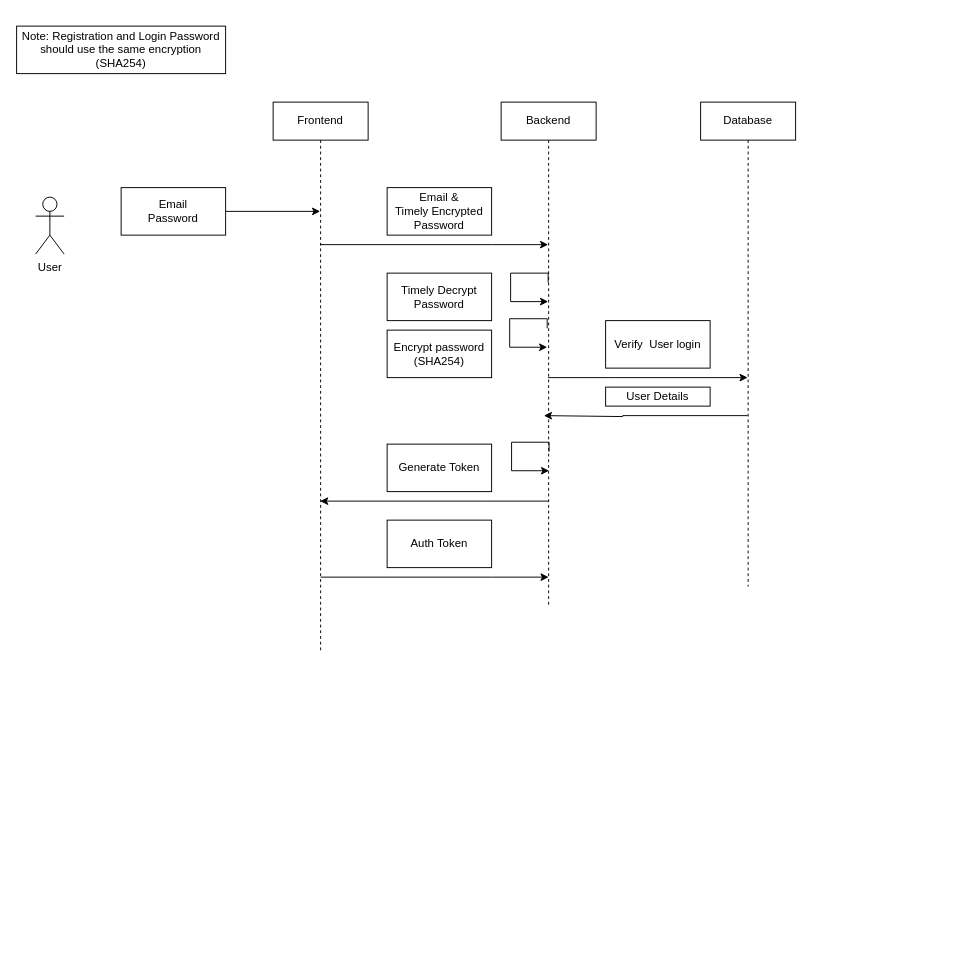
Elzian-Agro/Monitoring-System keeps this draw.io diagram as diagrams/login.drawio. Above is the earlier version. Source tidied: cells renumbered, new cells numbered last; positions are measured from the earlier drawing's top-left corner, leaving out a move shared by most shapes. Both pictures are drawn from the tidied source at 95%, with x=0, y=0 at pixel (16, 26).
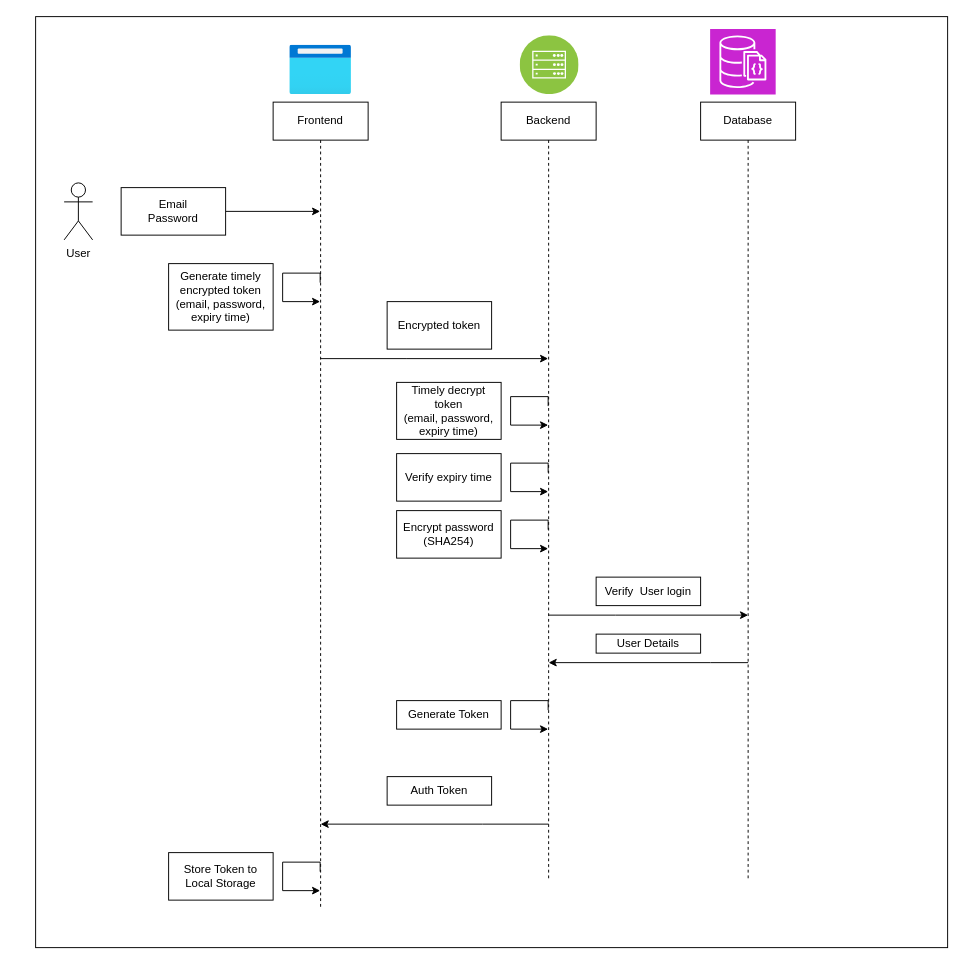
After the change.

Change to the diagram source:
```diff
@@
+    <mxCell id="24" style="rounded=0;whiteSpace=wrap;html=1;" parent="1" vertex="1">
+      <mxGeometry x="20" y="-10" width="960" height="980" as="geometry" />
+    </mxCell>
-    <mxCell id="2" style="edgeStyle=orthogonalEdgeStyle;rounded=0;jettySize=auto;html=1;curved=0;" parent="1" edge="1" source="3" target="5">
+    <mxCell id="2" style="edgeStyle=orthogonalEdgeStyle;rounded=0;orthogonalLoop=1;jettySize=auto;html=1;curved=0;" parent="1" edge="1">
       <mxGeometry relative="1" as="geometry">
+        <mxPoint x="319.5" y="350" as="sourcePoint" />
+        <mxPoint x="559.5" y="350" as="targetPoint" />
         <Array as="points">
-          <mxPoint x="500" y="230" />
-          <mxPoint x="500" y="230" />
+          <mxPoint x="410" y="350" />
+          <mxPoint x="410" y="350" />
         </Array>
       </mxGeometry>
     </mxCell>
     <mxCell id="3" value="Frontend" style="shape=umlLifeline;perimeter=lifelinePerimeter;whiteSpace=wrap;html=1;outlineConnect=0;portConstraint=eastwest;newEdgeStyle={&quot;curved&quot;:0,&quot;rounded&quot;:0};" parent="1" vertex="1">
-      <mxGeometry x="270" y="80" width="100" height="580" as="geometry" />
+      <mxGeometry x="270" y="80" width="100" height="850" as="geometry" />
     </mxCell>
-    <mxCell id="4" style="edgeStyle=orthogonalEdgeStyle;rounded=0;jettySize=auto;html=1;curved=0;" parent="1" edge="1" source="5" target="6">
+    <mxCell id="4" style="edgeStyle=orthogonalEdgeStyle;rounded=0;orthogonalLoop=1;jettySize=auto;html=1;curved=0;" parent="1" edge="1">
       <mxGeometry relative="1" as="geometry">
+        <mxPoint x="560" y="620" as="sourcePoint" />
+        <mxPoint x="770" y="620" as="targetPoint" />
         <Array as="points">
-          <mxPoint x="630" y="370" />
-          <mxPoint x="630" y="370" />
+          <mxPoint x="630.5" y="620" />
+          <mxPoint x="630.5" y="620" />
         </Array>
       </mxGeometry>
     </mxCell>
     <mxCell id="5" value="Backend" style="shape=umlLifeline;perimeter=lifelinePerimeter;whiteSpace=wrap;html=1;outlineConnect=0;portConstraint=eastwest;newEdgeStyle={&quot;curved&quot;:0,&quot;rounded&quot;:0};" parent="1" vertex="1">
-      <mxGeometry x="510" y="80" width="100" height="530" as="geometry" />
+      <mxGeometry x="510" y="80" width="100" height="820" as="geometry" />
     </mxCell>
     <mxCell id="6" value="Database" style="shape=umlLifeline;perimeter=lifelinePerimeter;whiteSpace=wrap;html=1;outlineConnect=0;portConstraint=eastwest;newEdgeStyle={&quot;curved&quot;:0,&quot;rounded&quot;:0};" parent="1" vertex="1">
-      <mxGeometry x="720" y="80" width="100" height="510" as="geometry" />
+      <mxGeometry x="720" y="80" width="100" height="820" as="geometry" />
     </mxCell>
     <mxCell id="7" value="User" style="shape=umlActor;verticalLabelPosition=bottom;verticalAlign=top;html=1;" parent="1" vertex="1">
-      <mxGeometry x="20" y="180" width="30" height="60" as="geometry" />
+      <mxGeometry x="50" y="165" width="30" height="60" as="geometry" />
     </mxCell>
@@
-    <mxCell id="10" value="Email &amp;amp;&lt;br&gt;Timely Encrypted&lt;br&gt;Password" style="html=1;whiteSpace=wrap;" parent="1" vertex="1">
-      <mxGeometry x="390" y="170" width="110" height="50" as="geometry" />
+    <mxCell id="10" value="Encrypted token" style="html=1;whiteSpace=wrap;" parent="1" vertex="1">
+      <mxGeometry x="390" y="290" width="110" height="50" as="geometry" />
     </mxCell>
     <mxCell id="11" style="edgeStyle=orthogonalEdgeStyle;rounded=0;orthogonalLoop=1;jettySize=auto;html=1;curved=0;" parent="1" edge="1">
       <mxGeometry relative="1" as="geometry">
-        <mxPoint x="559.5" y="270" as="sourcePoint" />
-        <mxPoint x="559.5" y="290" as="targetPoint" />
+        <mxPoint x="559.5" y="400" as="sourcePoint" />
+        <mxPoint x="559.5" y="420" as="targetPoint" />
         <Array as="points">
-          <mxPoint x="520" y="260" />
+          <mxPoint x="520" y="390" />
         </Array>
       </mxGeometry>
     </mxCell>
-    <mxCell id="12" value="Timely Decrypt Password" style="html=1;whiteSpace=wrap;" parent="1" vertex="1">
-      <mxGeometry x="390" y="260" width="110" height="50" as="geometry" />
+    <mxCell id="12" value="Timely decrypt token&lt;div&gt;(email, password, expiry time)&lt;/div&gt;" style="html=1;whiteSpace=wrap;" parent="1" vertex="1">
+      <mxGeometry x="400" y="375" width="110" height="60" as="geometry" />
     </mxCell>
     <mxCell id="13" style="edgeStyle=orthogonalEdgeStyle;rounded=0;orthogonalLoop=1;jettySize=auto;html=1;curved=0;" parent="1" edge="1">
       <mxGeometry relative="1" as="geometry">
-        <mxPoint x="558.5" y="318" as="sourcePoint" />
-        <mxPoint x="558.5" y="338" as="targetPoint" />
+        <mxPoint x="559.5" y="530" as="sourcePoint" />
+        <mxPoint x="559.5" y="550" as="targetPoint" />
         <Array as="points">
-          <mxPoint x="519" y="308" />
+          <mxPoint x="520" y="520" />
         </Array>
       </mxGeometry>
     </mxCell>
     <mxCell id="14" value="Encrypt password&lt;br&gt;(SHA254)" style="html=1;whiteSpace=wrap;" parent="1" vertex="1">
-      <mxGeometry x="390" y="320" width="110" height="50" as="geometry" />
+      <mxGeometry x="400" y="510" width="110" height="50" as="geometry" />
     </mxCell>
     <mxCell id="15" value="Verify&amp;nbsp; User login" style="html=1;whiteSpace=wrap;" parent="1" vertex="1">
-      <mxGeometry x="620" y="310" width="110" height="50" as="geometry" />
+      <mxGeometry x="610" y="580" width="110" height="30" as="geometry" />
     </mxCell>
     <mxCell id="16" style="edgeStyle=orthogonalEdgeStyle;rounded=0;orthogonalLoop=1;jettySize=auto;html=1;curved=0;" parent="1" edge="1">
       <mxGeometry relative="1" as="geometry">
-        <mxPoint x="559.5" y="500" as="sourcePoint" />
-        <mxPoint x="319.5" y="500" as="targetPoint" />
+        <mxPoint x="560" y="840" as="sourcePoint" />
+        <mxPoint x="320" y="840" as="targetPoint" />
         <Array as="points">
-          <mxPoint x="490" y="500" />
-          <mxPoint x="490" y="500" />
+          <mxPoint x="490.5" y="840" />
+          <mxPoint x="490.5" y="840" />
         </Array>
       </mxGeometry>
     </mxCell>
-    <mxCell id="17" style="edgeStyle=orthogonalEdgeStyle;rounded=0;jettySize=auto;html=1;curved=0;" parent="1" edge="1" source="6">
-      <mxGeometry relative="1" as="geometry">
-        <mxPoint x="555" y="410" as="targetPoint" />
-        <Array as="points">
-          <mxPoint x="638" y="410" />
-          <mxPoint x="638" y="411" />
-        </Array>
-      </mxGeometry>
-    </mxCell>
     <mxCell id="18" value="User Details" style="html=1;whiteSpace=wrap;" parent="1" vertex="1">
-      <mxGeometry x="620" y="380" width="110" height="20" as="geometry" />
+      <mxGeometry x="610" y="640" width="110" height="20" as="geometry" />
     </mxCell>
     <mxCell id="19" style="edgeStyle=orthogonalEdgeStyle;rounded=0;orthogonalLoop=1;jettySize=auto;html=1;curved=0;" parent="1" edge="1">
       <mxGeometry relative="1" as="geometry">
-        <mxPoint x="560.5" y="448" as="sourcePoint" />
-        <mxPoint x="560.5" y="468" as="targetPoint" />
+        <mxPoint x="559.5" y="720" as="sourcePoint" />
+        <mxPoint x="559.5" y="740" as="targetPoint" />
         <Array as="points">
-          <mxPoint x="521" y="438" />
+          <mxPoint x="520" y="710" />
         </Array>
       </mxGeometry>
     </mxCell>
     <mxCell id="20" value="Generate Token" style="html=1;whiteSpace=wrap;" parent="1" vertex="1">
-      <mxGeometry x="390" y="440" width="110" height="50" as="geometry" />
+      <mxGeometry x="400" y="710" width="110" height="30" as="geometry" />
     </mxCell>
-    <mxCell id="21" value="Note: Registration and Login Password should use the same encryption (SHA254)" style="html=1;whiteSpace=wrap;" parent="1" vertex="1">
-      <mxGeometry width="220" height="50" as="geometry" />
-    </mxCell>
-    <mxCell id="22" style="edgeStyle=orthogonalEdgeStyle;rounded=0;orthogonalLoop=1;jettySize=auto;html=1;curved=0;" parent="1" edge="1">
-      <mxGeometry relative="1" as="geometry">
-        <mxPoint x="320" y="580" as="sourcePoint" />
-        <mxPoint x="560" y="580" as="targetPoint" />
-        <Array as="points">
-          <mxPoint x="500" y="580" />
-          <mxPoint x="500" y="580" />
-        </Array>
-      </mxGeometry>
-    </mxCell>
     <mxCell id="23" value="Auth Token" style="html=1;whiteSpace=wrap;" parent="1" vertex="1">
-      <mxGeometry x="390" y="520" width="110" height="50" as="geometry" />
+      <mxGeometry x="390" y="790" width="110" height="30" as="geometry" />
     </mxCell>
+    <mxCell id="25" style="edgeStyle=orthogonalEdgeStyle;rounded=0;orthogonalLoop=1;jettySize=auto;html=1;curved=0;" parent="1" edge="1">
+      <mxGeometry relative="1" as="geometry">
+        <mxPoint x="319.5" y="890" as="sourcePoint" />
+        <mxPoint x="319.5" y="910" as="targetPoint" />
+        <Array as="points">
+          <mxPoint x="280" y="880" />
+        </Array>
+      </mxGeometry>
+    </mxCell>
+    <mxCell id="26" value="Store Token to Local Storage" style="html=1;whiteSpace=wrap;" parent="1" vertex="1">
+      <mxGeometry x="160" y="870" width="110" height="50" as="geometry" />
+    </mxCell>
+    <mxCell id="27" style="edgeStyle=orthogonalEdgeStyle;rounded=0;orthogonalLoop=1;jettySize=auto;html=1;curved=0;" parent="1" edge="1">
+      <mxGeometry relative="1" as="geometry">
+        <mxPoint x="319.5" y="270" as="sourcePoint" />
+        <mxPoint x="319.5" y="290" as="targetPoint" />
+        <Array as="points">
+          <mxPoint x="280" y="260" />
+        </Array>
+      </mxGeometry>
+    </mxCell>
+    <mxCell id="28" value="Generate timely encrypted token&lt;div&gt;(email, password, expiry time)&lt;/div&gt;" style="html=1;whiteSpace=wrap;" parent="1" vertex="1">
+      <mxGeometry x="160" y="250" width="110" height="70" as="geometry" />
+    </mxCell>
+    <mxCell id="29" style="edgeStyle=orthogonalEdgeStyle;rounded=0;orthogonalLoop=1;jettySize=auto;html=1;curved=0;" parent="1" edge="1">
+      <mxGeometry relative="1" as="geometry">
+        <mxPoint x="559.5" y="470" as="sourcePoint" />
+        <mxPoint x="559.5" y="490" as="targetPoint" />
+        <Array as="points">
+          <mxPoint x="520" y="460" />
+        </Array>
+      </mxGeometry>
+    </mxCell>
+    <mxCell id="30" value="Verify expiry time" style="html=1;whiteSpace=wrap;" parent="1" vertex="1">
+      <mxGeometry x="400" y="450" width="110" height="50" as="geometry" />
+    </mxCell>
+    <mxCell id="31" style="edgeStyle=orthogonalEdgeStyle;rounded=0;orthogonalLoop=1;jettySize=auto;html=1;curved=0;" parent="1" edge="1">
+      <mxGeometry relative="1" as="geometry">
+        <mxPoint x="770" y="670" as="sourcePoint" />
+        <mxPoint x="560" y="670" as="targetPoint" />
+        <Array as="points">
+          <mxPoint x="730.5" y="670" />
+          <mxPoint x="730.5" y="670" />
+        </Array>
+      </mxGeometry>
+    </mxCell>
+    <mxCell id="32" style="image;html=1;align=center;fontSize=12;image=img/lib/azure2/general/Browser.svg;" parent="1" vertex="1">
+      <mxGeometry x="287.5" y="20" width="65" height="52" as="geometry" />
+    </mxCell>
+    <mxCell id="33" style="image;perimeter=ellipsePerimeter;html=1;align=center;shadow=0;dashed=0;fontColor=#4277BB;labelBackgroundColor=default;fontSize=12;spacingTop=3;image=img/lib/ibm/infrastructure/mobile_backend.svg;" parent="1" vertex="1">
+      <mxGeometry x="530" y="10" width="62" height="62" as="geometry" />
+    </mxCell>
+    <mxCell id="34" style="sketch=0;fontColor=#232F3E;fillColor=#C925D1;strokeColor=#ffffff;dashed=0;verticalLabelPosition=bottom;verticalAlign=top;align=center;html=1;fontSize=12;fontStyle=0;shape=mxgraph.aws4.resourceIcon;resIcon=mxgraph.aws4.documentdb_with_mongodb_compatibility;" parent="1" vertex="1">
+      <mxGeometry x="730" y="3" width="69" height="69" as="geometry" />
+    </mxCell>
```
